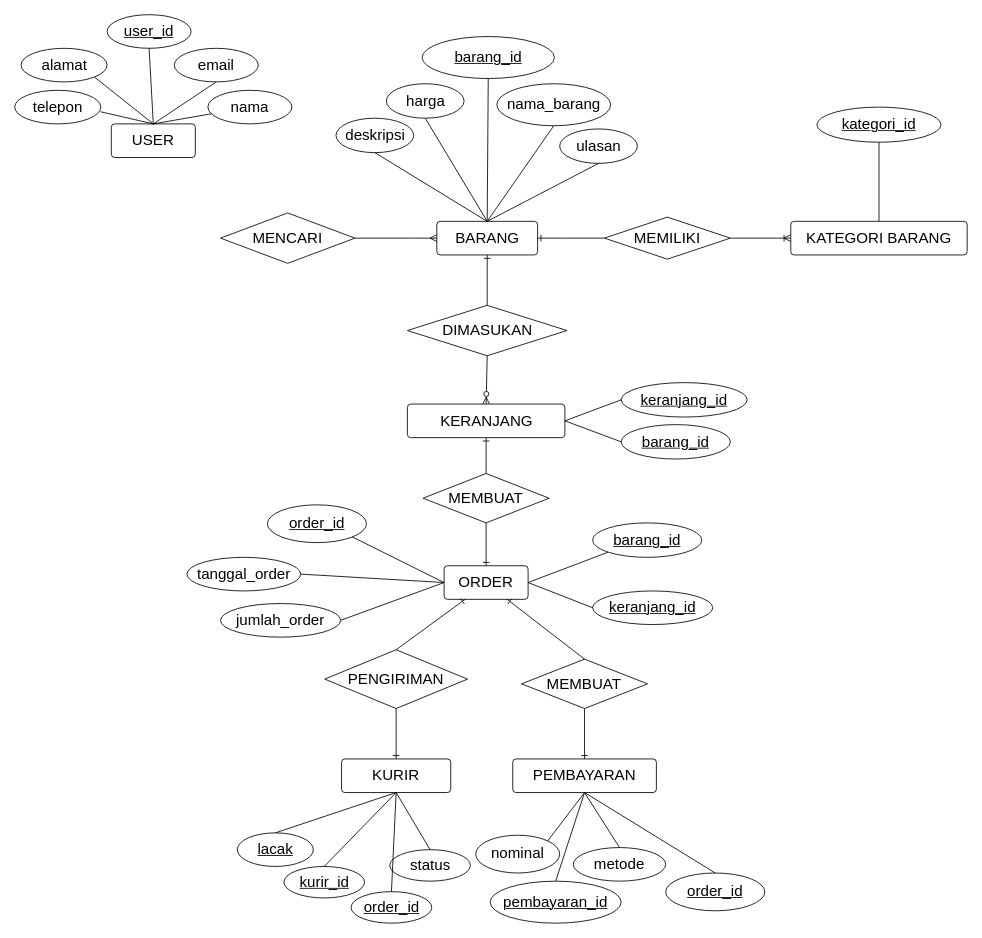
WisanggeniSuryo/USM keeps this draw.io diagram as Basis Data S2.drawio. Above is the earlier version. Source tidied: cells renumbered, new cells numbered last; positions are measured from the earlier drawing's top-left corner, leaving out a move shared by most shapes. Both pictures are drawn from the tidied source at 84%, with x=0, y=0 at pixel (14, 14).
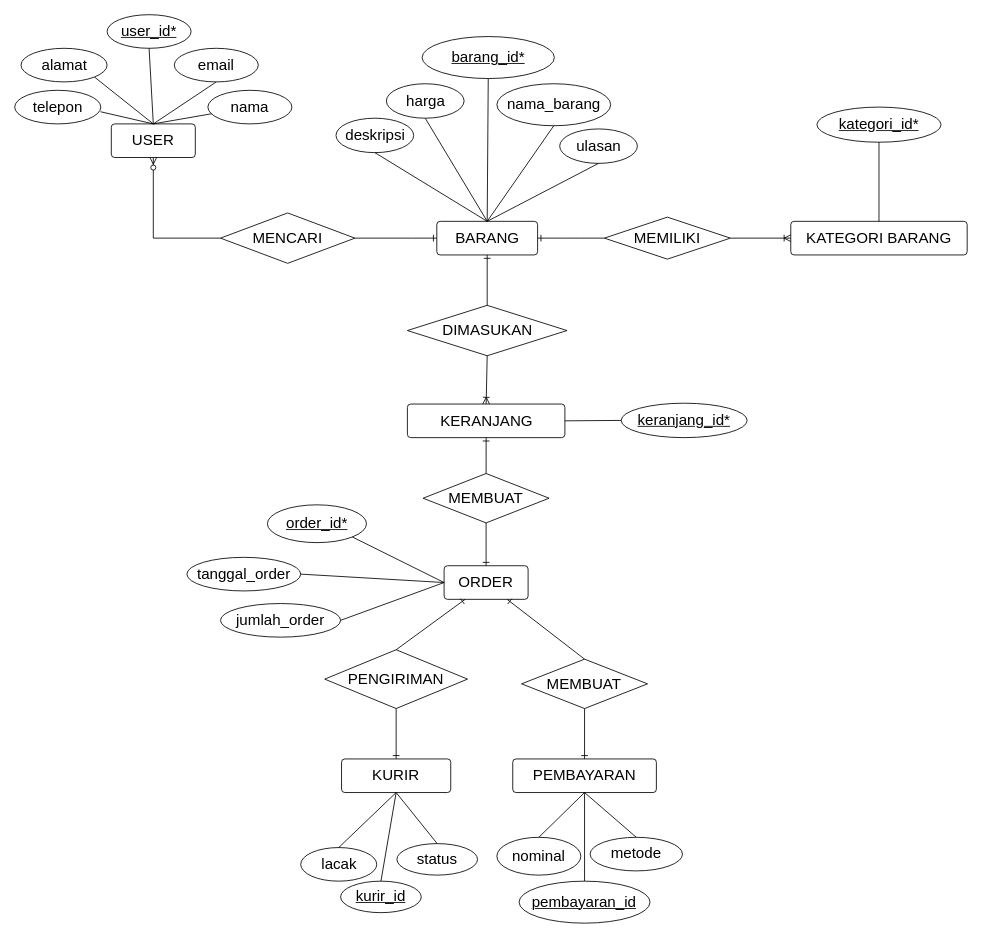
Above is the later version.

The change refers to these unchanged cells:
```xml
<mxCell id="10" value="&lt;span style=&quot;font-size: 18px;&quot;&gt;USER&lt;/span&gt;" style="rounded=1;arcSize=10;whiteSpace=wrap;html=1;align=center;" parent="1" vertex="1">
  <mxGeometry x="115" y="130" width="100" height="40" as="geometry" />
</mxCell>
<mxCell id="14" value="&lt;font style=&quot;font-size: 18px;&quot;&gt;ORDER&lt;/font&gt;" style="rounded=1;arcSize=10;whiteSpace=wrap;html=1;align=center;" parent="1" vertex="1">
  <mxGeometry x="511.2" y="656" width="100" height="40" as="geometry" />
</mxCell>
<mxCell id="15" value="&lt;span style=&quot;font-size: 18px;&quot;&gt;PEMBAYARAN&lt;/span&gt;" style="rounded=1;arcSize=10;whiteSpace=wrap;html=1;align=center;" parent="1" vertex="1">
  <mxGeometry x="592.9" y="886" width="171" height="40" as="geometry" />
</mxCell>
<mxCell id="17" value="&lt;span style=&quot;font-size: 18px;&quot;&gt;BARANG&lt;/span&gt;" style="rounded=1;arcSize=10;whiteSpace=wrap;html=1;align=center;" parent="1" vertex="1">
  <mxGeometry x="502.5" y="246" width="120" height="40" as="geometry" />
</mxCell>
<mxCell id="21" value="&lt;span style=&quot;font-size: 18px;&quot;&gt;KATEGORI BARANG&lt;/span&gt;" style="rounded=1;arcSize=10;whiteSpace=wrap;html=1;align=center;" parent="1" vertex="1">
  <mxGeometry x="923.9" y="246" width="210" height="40" as="geometry" />
</mxCell>
<mxCell id="23" value="&lt;span style=&quot;font-size: 18px;&quot;&gt;KURIR&lt;/span&gt;" style="rounded=1;arcSize=10;whiteSpace=wrap;html=1;align=center;" parent="1" vertex="1">
  <mxGeometry x="389.1" y="886" width="130" height="40" as="geometry" />
</mxCell>
<mxCell id="45" value="&lt;span style=&quot;font-size: 18px;&quot;&gt;MEMILIKI&lt;/span&gt;" style="rhombus;whiteSpace=wrap;html=1;" parent="1" vertex="1">
  <mxGeometry x="702" y="241" width="150" height="50" as="geometry" />
</mxCell>
<mxCell id="47" value="&lt;span style=&quot;font-size: 18px;&quot;&gt;MENCARI&lt;/span&gt;" style="rhombus;whiteSpace=wrap;html=1;" parent="1" vertex="1">
  <mxGeometry x="245" y="236" width="160" height="60" as="geometry" />
</mxCell>
<mxCell id="57" value="&lt;span style=&quot;font-size: 18px;&quot;&gt;DIMASUKAN&lt;/span&gt;" style="rhombus;whiteSpace=wrap;html=1;" parent="1" vertex="1">
  <mxGeometry x="467.5" y="346" width="190" height="60" as="geometry" />
</mxCell>
<mxCell id="58" value="&lt;span style=&quot;font-size: 18px;&quot;&gt;KERANJANG&lt;/span&gt;" style="rounded=1;arcSize=10;whiteSpace=wrap;html=1;align=center;" parent="1" vertex="1">
  <mxGeometry x="467.5" y="463.5" width="187.5" height="40" as="geometry" />
</mxCell>
```

What changed in the source:
```diff
@@
-    <mxCell id="4" value="&lt;font style=&quot;font-size: 18px;&quot;&gt;order_id&lt;/font&gt;" style="ellipse;whiteSpace=wrap;html=1;shadow=0;fontStyle=4;" parent="1" vertex="1">
+    <mxCell id="4" value="&lt;font style=&quot;font-size: 18px;&quot;&gt;order_id*&lt;/font&gt;" style="ellipse;whiteSpace=wrap;html=1;shadow=0;fontStyle=4;" parent="1" vertex="1">
       <mxGeometry x="300.8" y="583.5" width="118" height="45" as="geometry" />
     </mxCell>
@@
     <mxCell id="7" value="&lt;span style=&quot;font-size: 18px;&quot;&gt;pembayaran_id&lt;/span&gt;" style="ellipse;whiteSpace=wrap;html=1;shadow=0;fontStyle=4;" parent="1" vertex="1">
-      <mxGeometry x="566" y="1031.5" width="156" height="50" as="geometry" />
+      <mxGeometry x="600.4" y="1031.5" width="156" height="50" as="geometry" />
     </mxCell>
     <mxCell id="8" value="&lt;span style=&quot;font-size: 18px;&quot;&gt;nominal&lt;/span&gt;" style="ellipse;whiteSpace=wrap;html=1;shadow=0;" parent="1" vertex="1">
-      <mxGeometry x="548.8" y="976.8" width="100" height="45" as="geometry" />
+      <mxGeometry x="574" y="979.3" width="100" height="45" as="geometry" />
     </mxCell>
     <mxCell id="9" value="&lt;span style=&quot;font-size: 18px;&quot;&gt;metode&lt;/span&gt;" style="ellipse;whiteSpace=wrap;html=1;shadow=0;" parent="1" vertex="1">
-      <mxGeometry x="665" y="991.5" width="110" height="40" as="geometry" />
+      <mxGeometry x="685" y="979.3" width="110" height="40" as="geometry" />
     </mxCell>
@@
-    <mxCell id="13" value="&lt;span style=&quot;font-size: 18px;&quot;&gt;&lt;u&gt;user_id&lt;/u&gt;&lt;/span&gt;" style="ellipse;whiteSpace=wrap;html=1;align=center;" parent="1" vertex="1">
+    <mxCell id="13" value="&lt;span style=&quot;font-size: 18px;&quot;&gt;&lt;u&gt;user_id*&lt;/u&gt;&lt;/span&gt;" style="ellipse;whiteSpace=wrap;html=1;align=center;" parent="1" vertex="1">
       <mxGeometry x="110" width="100" height="40" as="geometry" />
     </mxCell>
@@
-    <mxCell id="19" value="&lt;span style=&quot;font-size: 18px;&quot;&gt;barang_id&lt;/span&gt;" style="ellipse;whiteSpace=wrap;html=1;shadow=0;fontStyle=4;" parent="1" vertex="1">
+    <mxCell id="19" value="&lt;span style=&quot;font-size: 18px;&quot;&gt;barang_id*&lt;/span&gt;" style="ellipse;whiteSpace=wrap;html=1;shadow=0;fontStyle=4;" parent="1" vertex="1">
       <mxGeometry x="485" y="26" width="157.5" height="50" as="geometry" />
     </mxCell>
@@
-    <mxCell id="22" value="&lt;span style=&quot;font-size: 18px;&quot;&gt;kategori_id&lt;/span&gt;" style="ellipse;whiteSpace=wrap;html=1;shadow=0;fontStyle=4;" parent="1" vertex="1">
+    <mxCell id="22" value="&lt;span style=&quot;font-size: 18px;&quot;&gt;kategori_id*&lt;/span&gt;" style="ellipse;whiteSpace=wrap;html=1;shadow=0;fontStyle=4;" parent="1" vertex="1">
       <mxGeometry x="955" y="110" width="147.8" height="41.8" as="geometry" />
     </mxCell>
@@
-    <mxCell id="24" value="&lt;span style=&quot;font-size: 18px;&quot;&gt;lacak&lt;/span&gt;" style="ellipse;whiteSpace=wrap;html=1;fontStyle=4;" parent="1" vertex="1">
-      <mxGeometry x="265" y="974" width="90.5" height="40" as="geometry" />
+    <mxCell id="24" value="&lt;span style=&quot;font-size: 18px;&quot;&gt;lacak&lt;/span&gt;" style="ellipse;whiteSpace=wrap;html=1;fontStyle=0;" parent="1" vertex="1">
+      <mxGeometry x="340.5" y="991.5" width="90.5" height="40" as="geometry" />
     </mxCell>
-    <mxCell id="25" value="&lt;font style=&quot;font-size: 18px;&quot;&gt;order_id&lt;/font&gt;" style="ellipse;whiteSpace=wrap;html=1;shadow=0;fontStyle=4;" parent="1" vertex="1">
-      <mxGeometry x="400.5" y="1044" width="96" height="37.5" as="geometry" />
-    </mxCell>
     <mxCell id="26" value="&lt;font style=&quot;font-size: 18px;&quot;&gt;status&lt;/font&gt;" style="ellipse;whiteSpace=wrap;html=1;shadow=0;fontStyle=0;" parent="1" vertex="1">
-      <mxGeometry x="446.5" y="994" width="96" height="37.5" as="geometry" />
+      <mxGeometry x="455" y="986.8" width="96" height="37.5" as="geometry" />
     </mxCell>
@@
-    <mxCell id="33" style="endArrow=none;html=1;rounded=0;entryX=0.5;entryY=1;entryDx=0;entryDy=0;exitX=0.5;exitY=0;exitDx=0;exitDy=0;" parent="1" edge="1" source="25" target="23">
-      <mxGeometry relative="1" as="geometry" />
-    </mxCell>
@@
-    <mxCell id="37" style="endArrow=none;html=1;rounded=0;entryX=0.5;entryY=1;entryDx=0;entryDy=0;exitX=1;exitY=0;exitDx=0;exitDy=0;" parent="1" edge="1" source="8" target="15">
+    <mxCell id="37" style="endArrow=none;html=1;rounded=0;entryX=0.5;entryY=1;entryDx=0;entryDy=0;exitX=0.5;exitY=0;exitDx=0;exitDy=0;" parent="1" edge="1" source="8" target="15">
       <mxGeometry relative="1" as="geometry" />
     </mxCell>
@@
-    <mxCell id="46" style="fontSize=12;html=1;endArrow=ERoneToMany;rounded=0;entryX=0;entryY=0.5;entryDx=0;entryDy=0;exitX=1;exitY=0.5;exitDx=0;exitDy=0;" parent="1" edge="1" source="45" target="21">
-      <mxGeometry relative="1" as="geometry" />
+    <mxCell id="46" style="fontSize=12;html=1;endArrow=ERoneToMany;rounded=0;exitX=1;exitY=0.5;exitDx=0;exitDy=0;" parent="1" edge="1" source="45">
+      <mxGeometry relative="1" as="geometry">
+        <mxPoint x="924" y="266" as="targetPoint" />
+      </mxGeometry>
     </mxCell>
@@
     <mxCell id="52" value="&lt;span style=&quot;font-size: 18px;&quot;&gt;kurir_id&lt;/span&gt;" style="ellipse;whiteSpace=wrap;html=1;shadow=0;fontStyle=4;" parent="1" vertex="1">
-      <mxGeometry x="320.5" y="1014" width="96" height="37.5" as="geometry" />
+      <mxGeometry x="388" y="1031.5" width="96" height="37.5" as="geometry" />
     </mxCell>
@@
-    <mxCell id="54" value="&lt;span style=&quot;font-size: 18px;&quot;&gt;keranjang_id&lt;/span&gt;" style="ellipse;whiteSpace=wrap;html=1;fontStyle=4;" parent="1" vertex="1">
-      <mxGeometry x="688" y="686" width="143" height="40" as="geometry" />
-    </mxCell>
-    <mxCell id="55" style="endArrow=none;html=1;rounded=0;entryX=1;entryY=0.5;entryDx=0;entryDy=0;exitX=0;exitY=0.5;exitDx=0;exitDy=0;" parent="1" edge="1" source="54" target="14">
-      <mxGeometry relative="1" as="geometry" />
-    </mxCell>
-    <mxCell id="56" style="edgeStyle=entityRelationEdgeStyle;fontSize=12;html=1;endArrow=ERmany;rounded=0;exitX=1;exitY=0.5;exitDx=0;exitDy=0;entryX=0;entryY=0.5;entryDx=0;entryDy=0;" parent="1" edge="1" source="47" target="17">
-      <mxGeometry relative="1" as="geometry" />
-    </mxCell>
@@
-    <mxCell id="59" value="&lt;span style=&quot;font-size: 18px;&quot;&gt;keranjang_id&lt;/span&gt;" style="ellipse;whiteSpace=wrap;html=1;shadow=0;fontStyle=4;" parent="1" vertex="1">
-      <mxGeometry x="722" y="438" width="150" height="41" as="geometry" />
+    <mxCell id="59" value="&lt;span style=&quot;font-size: 18px;&quot;&gt;keranjang_id*&lt;/span&gt;" style="ellipse;whiteSpace=wrap;html=1;shadow=0;fontStyle=4;" parent="1" vertex="1">
+      <mxGeometry x="722" y="462.5" width="150" height="41" as="geometry" />
     </mxCell>
-    <mxCell id="60" value="&lt;span style=&quot;font-size: 18px;&quot;&gt;barang_id&lt;/span&gt;" style="ellipse;whiteSpace=wrap;html=1;shadow=0;fontStyle=4;" parent="1" vertex="1">
-      <mxGeometry x="722" y="488" width="130" height="41" as="geometry" />
-    </mxCell>
@@
-    <mxCell id="62" style="endArrow=none;html=1;rounded=0;exitX=0;exitY=0.5;exitDx=0;exitDy=0;entryX=1;entryY=0.5;entryDx=0;entryDy=0;" parent="1" edge="1" source="60" target="58">
-      <mxGeometry relative="1" as="geometry" />
-    </mxCell>
-    <mxCell id="63" style="fontSize=12;html=1;endArrow=ERzeroToMany;endFill=1;rounded=0;entryX=0.5;entryY=0;entryDx=0;entryDy=0;exitX=0.5;exitY=1;exitDx=0;exitDy=0;" parent="1" edge="1" source="57" target="58">
-      <mxGeometry relative="1" as="geometry" />
-    </mxCell>
-    <mxCell id="64" value="&lt;font style=&quot;font-size: 18px;&quot;&gt;order_id&lt;/font&gt;" style="ellipse;whiteSpace=wrap;html=1;shadow=0;fontStyle=4;" parent="1" vertex="1">
-      <mxGeometry x="775" y="1021.8" width="118" height="45" as="geometry" />
-    </mxCell>
-    <mxCell id="65" style="endArrow=none;html=1;rounded=0;entryX=0.5;entryY=0;entryDx=0;entryDy=0;exitX=0.5;exitY=1;exitDx=0;exitDy=0;" parent="1" edge="1" source="15" target="64">
-      <mxGeometry relative="1" as="geometry" />
-    </mxCell>
@@
-    <mxCell id="67" value="&lt;span style=&quot;font-size: 18px;&quot;&gt;barang_id&lt;/span&gt;" style="ellipse;whiteSpace=wrap;html=1;shadow=0;fontStyle=4;" parent="1" vertex="1">
-      <mxGeometry x="688" y="605" width="130" height="41" as="geometry" />
-    </mxCell>
-    <mxCell id="68" style="endArrow=none;html=1;rounded=0;exitX=0;exitY=1;exitDx=0;exitDy=0;entryX=1;entryY=0.5;entryDx=0;entryDy=0;" parent="1" edge="1" source="67" target="14">
-      <mxGeometry relative="1" as="geometry" />
-    </mxCell>
@@
+    <mxCell id="56" style="edgeStyle=entityRelationEdgeStyle;fontSize=12;html=1;endArrow=ERone;endFill=1;rounded=0;entryX=0;entryY=0.5;entryDx=0;entryDy=0;exitX=1;exitY=0.5;exitDx=0;exitDy=0;" parent="1" edge="1" source="47" target="17">
+      <mxGeometry relative="1" as="geometry" />
+    </mxCell>
+    <mxCell id="78" style="edgeStyle=orthogonalEdgeStyle;fontSize=12;html=1;endArrow=ERzeroToMany;endFill=1;rounded=0;entryX=0.5;entryY=1;entryDx=0;entryDy=0;exitX=0;exitY=0.5;exitDx=0;exitDy=0;" parent="1" edge="1" source="47" target="10">
+      <mxGeometry relative="1" as="geometry" />
+    </mxCell>
+    <mxCell id="63" style="fontSize=12;html=1;endArrow=ERoneToMany;rounded=0;entryX=0.5;entryY=0;entryDx=0;entryDy=0;exitX=0.5;exitY=1;exitDx=0;exitDy=0;" parent="1" edge="1" source="57" target="58">
+      <mxGeometry relative="1" as="geometry" />
+    </mxCell>
```
